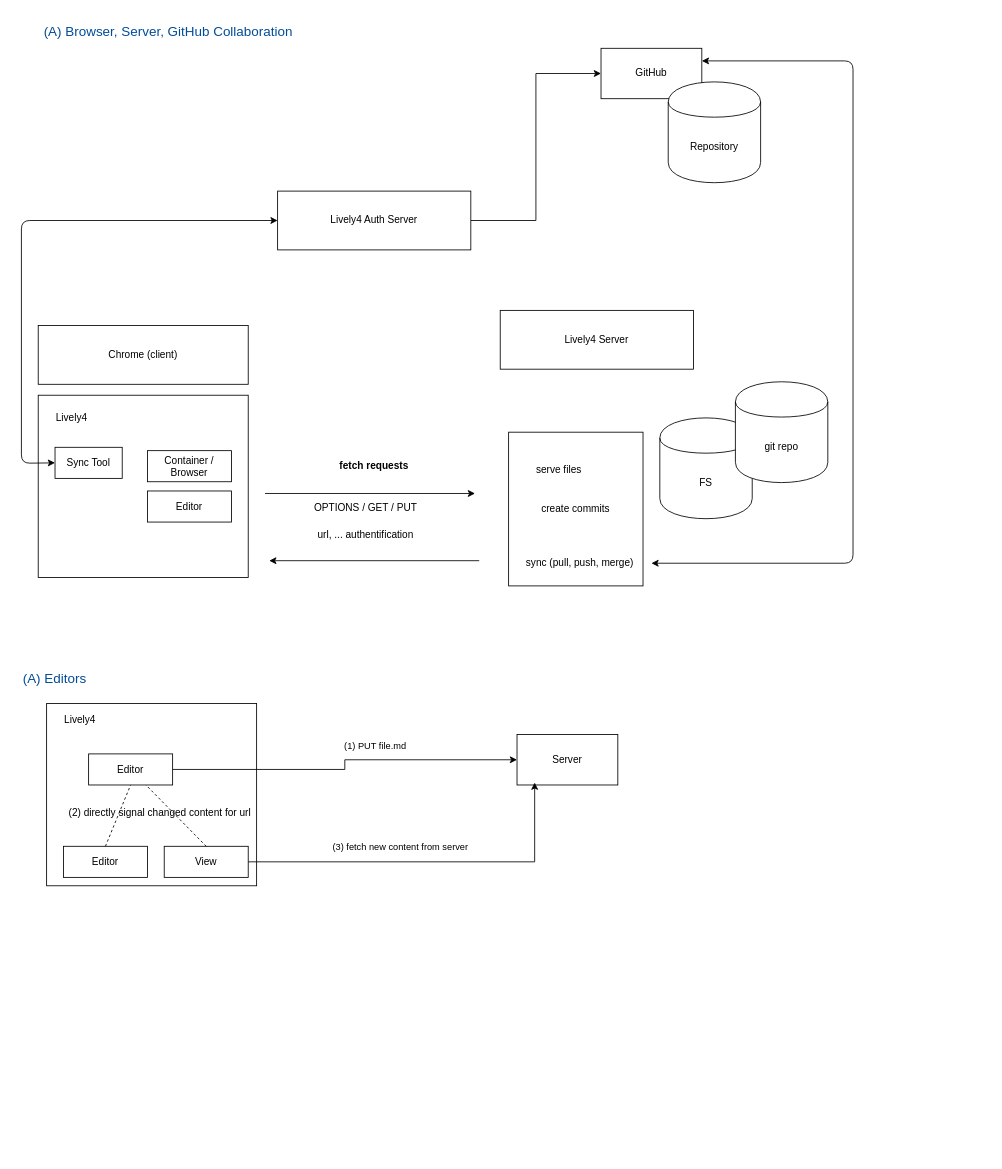
Earlier version of the draw.io diagram doc/figures/collaboration.drawio (LivelyKernel/lively4-core). Source tidied: cells renumbered, new cells numbered last; positions are measured from the earlier drawing's top-left corner, leaving out a move shared by most shapes. Both pictures are drawn from the tidied source at 84%, with x=0, y=0 at pixel (21, 14).
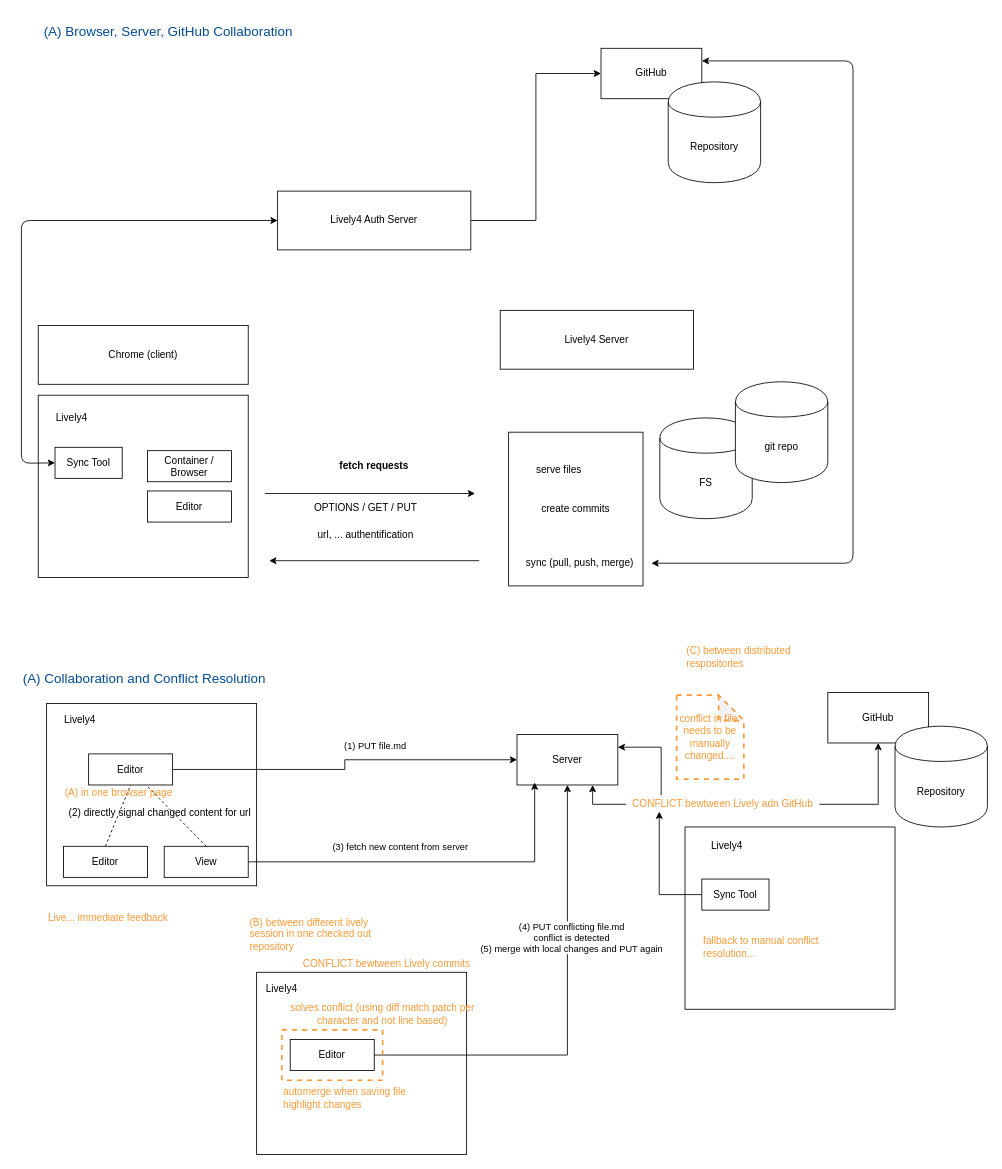
The same diagram, later.

Unchanged cells that the change refers to:
```xml
<mxCell id="35" value="Server" style="rounded=0;whiteSpace=wrap;html=1;" parent="1" vertex="1">
  <mxGeometry x="590" y="857" width="120" height="60" as="geometry" />
</mxCell>
```

Diff of the diagram source:
```diff
@@
-    <mxCell id="25" value="(A) Editors" style="text;html=1;strokeColor=none;fillColor=none;align=left;verticalAlign=middle;whiteSpace=wrap;rounded=0;direction=south;fontSize=16;fontColor=#004C99;" parent="1" vertex="1">
+    <mxCell id="25" value="(A) Collaboration and Conflict Resolution" style="text;html=1;strokeColor=none;fillColor=none;align=left;verticalAlign=middle;whiteSpace=wrap;rounded=0;direction=south;fontSize=16;fontColor=#004C99;" parent="1" vertex="1">
       <mxGeometry y="770" width="310" height="40" as="geometry" />
     </mxCell>
@@
+    <mxCell id="41" style="rounded=0;whiteSpace=wrap;html=1;" parent="1" vertex="1">
+      <mxGeometry x="280" y="1140" width="250" height="217" as="geometry" />
+    </mxCell>
+    <mxCell id="42" style="edgeStyle=orthogonalEdgeStyle;rounded=0;jettySize=auto;html=1;" parent="1" edge="1" source="44" target="35">
+      <mxGeometry relative="1" as="geometry" />
+    </mxCell>
+    <mxCell id="43" value="(4) PUT conflicting file.md&lt;br&gt;conflict is detected&lt;br&gt;(5) merge with local changes and PUT again" style="edgeLabel;html=1;align=center;verticalAlign=middle;" parent="42" vertex="1">
+      <mxGeometry x="0.34" y="-4" relative="1" as="geometry" />
+    </mxCell>
+    <mxCell id="44" value="Editor" style="rounded=0;whiteSpace=wrap;html=1;" parent="1" vertex="1">
+      <mxGeometry x="320" y="1220" width="100" height="37" as="geometry" />
+    </mxCell>
+    <mxCell id="45" style="rounded=0;whiteSpace=wrap;html=1;fillColor=none;dashed=1;strokeColor=#FF9933;strokeWidth=2;" parent="1" vertex="1">
+      <mxGeometry x="310" y="1208.5" width="120" height="60" as="geometry" />
+    </mxCell>
+    <mxCell id="46" value="(A) in one browser page" style="text;html=1;strokeColor=none;fillColor=none;align=left;verticalAlign=middle;whiteSpace=wrap;rounded=0;dashed=1;fontColor=#FF9933;" parent="1" vertex="1">
+      <mxGeometry x="50" y="917" width="160" height="20" as="geometry" />
+    </mxCell>
+    <mxCell id="47" value="solves conflict (using diff match patch per character and not line based)" style="text;html=1;strokeColor=none;fillColor=none;align=center;verticalAlign=middle;whiteSpace=wrap;rounded=0;dashed=1;fontColor=#FF9933;" parent="1" vertex="1">
+      <mxGeometry x="315" y="1180" width="230" height="20" as="geometry" />
+    </mxCell>
+    <mxCell id="48" style="edgeStyle=orthogonalEdgeStyle;rounded=0;jettySize=auto;html=1;fontColor=#FF9933;" parent="1" edge="1" source="51" target="52">
+      <mxGeometry relative="1" as="geometry" />
+    </mxCell>
+    <mxCell id="49" style="edgeStyle=orthogonalEdgeStyle;rounded=0;jettySize=auto;html=1;entryX=0.75;entryY=1;entryDx=0;entryDy=0;fontColor=#FF9933;" parent="1" edge="1" source="51" target="35">
+      <mxGeometry relative="1" as="geometry" />
+    </mxCell>
+    <mxCell id="50" style="edgeStyle=orthogonalEdgeStyle;rounded=0;jettySize=auto;html=1;entryX=1;entryY=0.25;entryDx=0;entryDy=0;fontColor=#FF9933;exitX=0.181;exitY=-0.047;exitDx=0;exitDy=0;exitPerimeter=0;" parent="1" edge="1" source="51" target="35">
+      <mxGeometry relative="1" as="geometry" />
+    </mxCell>
+    <mxCell id="51" value="CONFLICT bewtween Lively adn GitHub" style="text;html=1;strokeColor=none;fillColor=none;align=center;verticalAlign=middle;whiteSpace=wrap;rounded=0;dashed=1;fontColor=#FF9933;" parent="1" vertex="1">
+      <mxGeometry x="720" y="930" width="230" height="20" as="geometry" />
+    </mxCell>
+    <mxCell id="52" value="GitHub" style="rounded=0;whiteSpace=wrap;html=1;" parent="1" vertex="1">
+      <mxGeometry x="960" y="807" width="120" height="60" as="geometry" />
+    </mxCell>
+    <mxCell id="53" value="Repository" style="shape=cylinder;whiteSpace=wrap;html=1;boundedLbl=1;backgroundOutline=1;" parent="1" vertex="1">
+      <mxGeometry x="1040" y="847" width="110" height="120" as="geometry" />
+    </mxCell>
+    <mxCell id="54" value="Lively4" style="text;html=1;strokeColor=none;fillColor=none;align=center;verticalAlign=middle;whiteSpace=wrap;rounded=0;" parent="1" vertex="1">
+      <mxGeometry x="290" y="1150" width="40" height="20" as="geometry" />
+    </mxCell>
+    <mxCell id="55" style="rounded=0;whiteSpace=wrap;html=1;" parent="1" vertex="1">
+      <mxGeometry x="790" y="967" width="250" height="217" as="geometry" />
+    </mxCell>
+    <mxCell id="56" style="edgeStyle=orthogonalEdgeStyle;rounded=0;jettySize=auto;html=1;exitX=0;exitY=0.5;exitDx=0;exitDy=0;fontColor=#FF9933;entryX=0.171;entryY=0.938;entryDx=0;entryDy=0;entryPerimeter=0;" parent="1" edge="1" source="57" target="51">
+      <mxGeometry relative="1" as="geometry" />
+    </mxCell>
+    <mxCell id="57" value="Sync Tool" style="rounded=0;whiteSpace=wrap;html=1;" parent="1" vertex="1">
+      <mxGeometry x="810" y="1029" width="80" height="37" as="geometry" />
+    </mxCell>
+    <mxCell id="58" value="Lively4" style="text;html=1;strokeColor=none;fillColor=none;align=center;verticalAlign=middle;whiteSpace=wrap;rounded=0;" parent="1" vertex="1">
+      <mxGeometry x="820" y="980" width="40" height="20" as="geometry" />
+    </mxCell>
+    <mxCell id="59" value="conflict in file,&lt;br&gt;needs to be manually changed...." style="shape=note;whiteSpace=wrap;html=1;backgroundOutline=1;darkOpacity=0.05;dashed=1;strokeColor=#FF9933;strokeWidth=2;fillColor=none;fontColor=#FF9933;" parent="1" vertex="1">
+      <mxGeometry x="780" y="810" width="80" height="100" as="geometry" />
+    </mxCell>
+    <mxCell id="60" value="CONFLICT bewtween Lively commits" style="text;html=1;strokeColor=none;fillColor=none;align=center;verticalAlign=middle;whiteSpace=wrap;rounded=0;dashed=1;fontColor=#FF9933;" parent="1" vertex="1">
+      <mxGeometry x="320" y="1120" width="230" height="20" as="geometry" />
+    </mxCell>
+    <mxCell id="61" value="(B) between different lively session in one checked out repository" style="text;html=1;strokeColor=none;fillColor=none;align=left;verticalAlign=middle;whiteSpace=wrap;rounded=0;dashed=1;fontColor=#FF9933;" parent="1" vertex="1">
+      <mxGeometry x="270" y="1070" width="160" height="50" as="geometry" />
+    </mxCell>
+    <mxCell id="62" value="(C) between distributed respositories" style="text;html=1;strokeColor=none;fillColor=none;align=left;verticalAlign=middle;whiteSpace=wrap;rounded=0;dashed=1;fontColor=#FF9933;" parent="1" vertex="1">
+      <mxGeometry x="790" y="740" width="160" height="50" as="geometry" />
+    </mxCell>
+    <mxCell id="63" value="Live... immediate feedback" style="text;html=1;strokeColor=none;fillColor=none;align=left;verticalAlign=middle;whiteSpace=wrap;rounded=0;dashed=1;fontColor=#FF9933;" parent="1" vertex="1">
+      <mxGeometry x="30" y="1065.5" width="160" height="20" as="geometry" />
+    </mxCell>
+    <mxCell id="64" value="automerge when saving file&lt;br&gt;highlight changes" style="text;html=1;strokeColor=none;fillColor=none;align=left;verticalAlign=middle;whiteSpace=wrap;rounded=0;dashed=1;fontColor=#FF9933;" parent="1" vertex="1">
+      <mxGeometry x="310" y="1280" width="160" height="20" as="geometry" />
+    </mxCell>
+    <mxCell id="65" value="fallback to manual conflict resolution...&amp;nbsp;" style="text;html=1;strokeColor=none;fillColor=none;align=left;verticalAlign=middle;whiteSpace=wrap;rounded=0;dashed=1;fontColor=#FF9933;" parent="1" vertex="1">
+      <mxGeometry x="810" y="1100" width="160" height="20" as="geometry" />
+    </mxCell>
```
